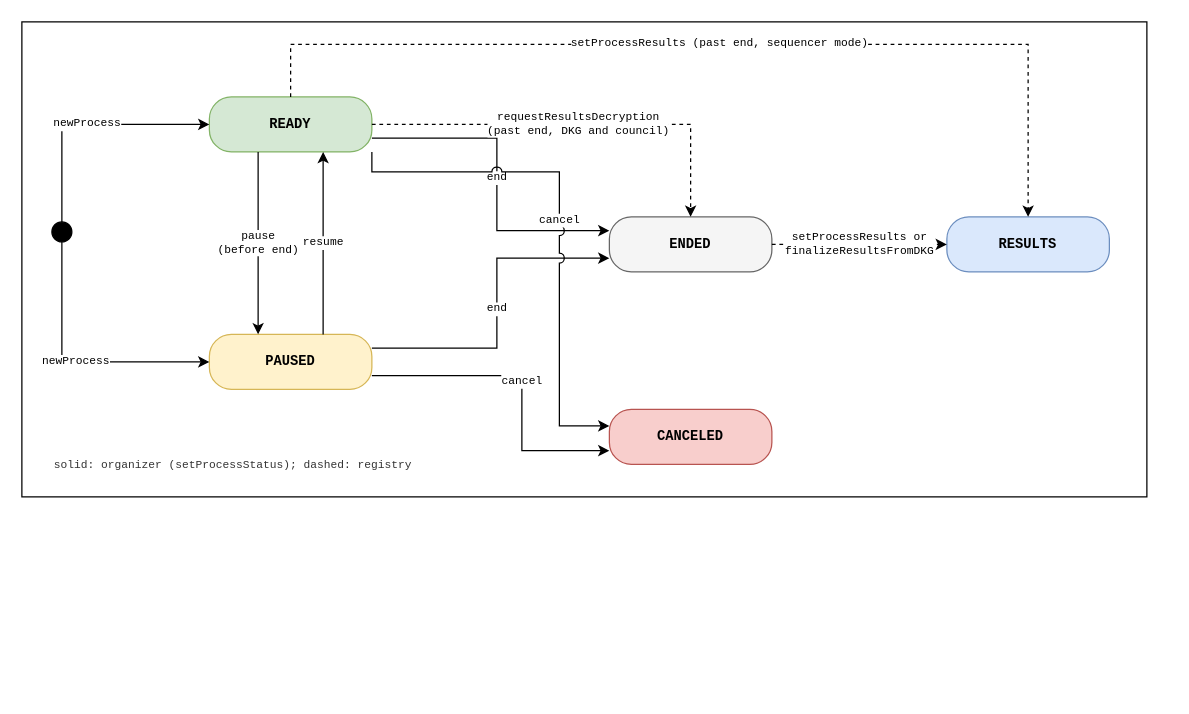
Earlier version of the draw.io diagram v2/figures/process-status.drawio (vocdoni/davinci-paper). Source tidied: cells renumbered, new cells numbered last; positions are measured from the earlier drawing's top-left corner, leaving out a move shared by most shapes. Both pictures are drawn from the tidied source at 125%, with x=0, y=0 at pixel (21, 21).
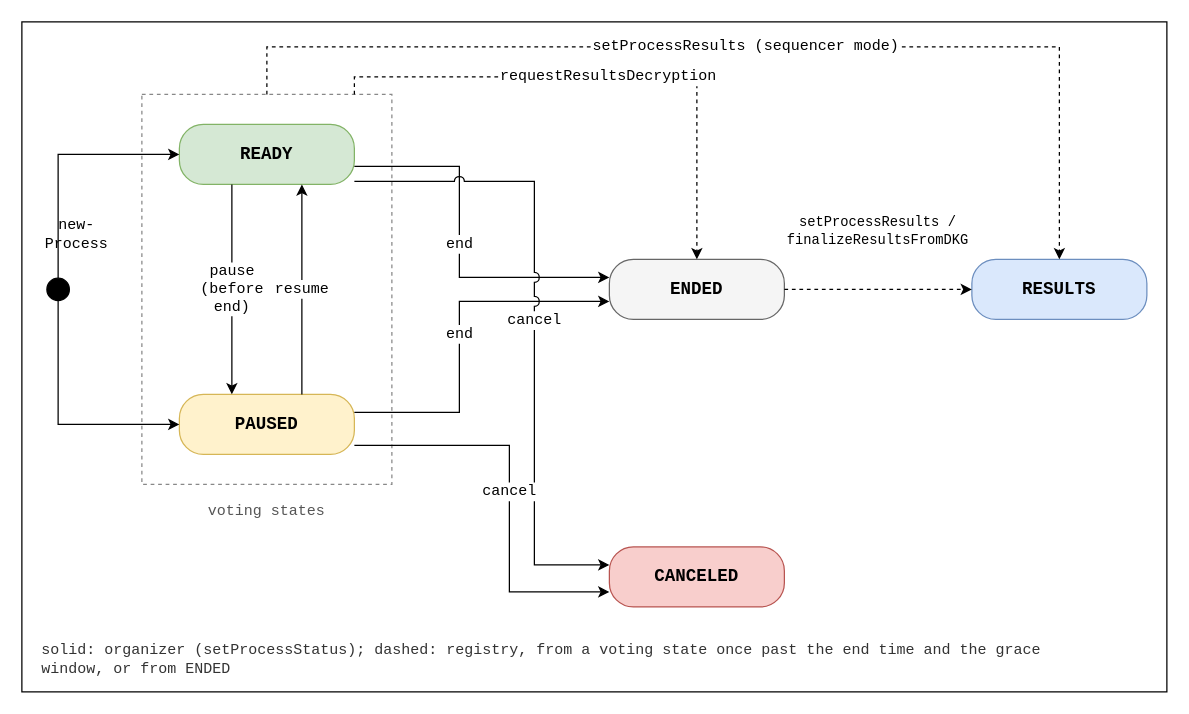
The same diagram, later.

The edit, as a diff of the source:
```diff
@@
+    <mxCell id="21" style="rounded=0;whiteSpace=wrap;html=1;fontSize=11;fillColor=none;strokeColor=#000000;fontFamily=Courier New;verticalAlign=top;align=center;spacingTop=4;spacingLeft=6;fontStyle=1;" parent="1" vertex="1">
+      <mxGeometry width="916" height="536" as="geometry" />
+    </mxCell>
-    <mxCell id="2" style="rounded=0;whiteSpace=wrap;html=1;fontSize=11;fillColor=none;strokeColor=#000000;fontFamily=Courier New;verticalAlign=top;align=center;spacingTop=4;spacingLeft=6;fontStyle=1;" parent="1" vertex="1">
-      <mxGeometry width="900" height="380" as="geometry" />
+    <mxCell id="2" style="rounded=0;whiteSpace=wrap;html=1;fontSize=11;fillColor=none;strokeColor=#000000;fontFamily=Courier New;align=center;verticalAlign=middle;dashed=1;strokeColor=#888888;" parent="1" vertex="1">
+      <mxGeometry x="96" y="58" width="200" height="312" as="geometry" />
     </mxCell>
-    <mxCell id="3" style="ellipse;fillColor=#000000;strokeColor=#000000;html=1;" parent="1" vertex="1">
-      <mxGeometry x="24" y="160" width="16" height="16" as="geometry" />
+    <mxCell id="3" value="voting states" style="text;html=1;whiteSpace=wrap;fontSize=12;fontFamily=Courier New;align=center;verticalAlign=middle;fontColor=#555555;" parent="1" vertex="1">
+      <mxGeometry x="96" y="372" width="200" height="40" as="geometry" />
     </mxCell>
-    <mxCell id="4" value="&lt;b&gt;READY&lt;/b&gt;" style="rounded=1;whiteSpace=wrap;html=1;fontSize=11;fillColor=#d5e8d4;strokeColor=#82b366;fontFamily=Courier New;align=center;verticalAlign=middle;arcSize=40;" parent="1" vertex="1">
-      <mxGeometry x="150" y="60" width="130" height="44" as="geometry" />
+    <mxCell id="4" style="ellipse;fillColor=#000000;strokeColor=#000000;html=1;" parent="1" vertex="1">
+      <mxGeometry x="20" y="205" width="18" height="18" as="geometry" />
     </mxCell>
-    <mxCell id="5" value="&lt;b&gt;PAUSED&lt;/b&gt;" style="rounded=1;whiteSpace=wrap;html=1;fontSize=11;fillColor=#fff2cc;strokeColor=#d6b656;fontFamily=Courier New;align=center;verticalAlign=middle;arcSize=40;" parent="1" vertex="1">
-      <mxGeometry x="150" y="250" width="130" height="44" as="geometry" />
+    <mxCell id="5" value="&lt;b&gt;READY&lt;/b&gt;" style="rounded=1;whiteSpace=wrap;html=1;fontSize=14;fillColor=#d5e8d4;strokeColor=#82b366;fontFamily=Courier New;align=center;verticalAlign=middle;arcSize=40;" parent="1" vertex="1">
+      <mxGeometry x="126" y="82" width="140" height="48" as="geometry" />
     </mxCell>
-    <mxCell id="6" value="&lt;b&gt;ENDED&lt;/b&gt;" style="rounded=1;whiteSpace=wrap;html=1;fontSize=11;fillColor=#f5f5f5;strokeColor=#666666;fontFamily=Courier New;align=center;verticalAlign=middle;arcSize=40;" parent="1" vertex="1">
-      <mxGeometry x="470" y="156" width="130" height="44" as="geometry" />
+    <mxCell id="6" value="&lt;b&gt;PAUSED&lt;/b&gt;" style="rounded=1;whiteSpace=wrap;html=1;fontSize=14;fillColor=#fff2cc;strokeColor=#d6b656;fontFamily=Courier New;align=center;verticalAlign=middle;arcSize=40;" parent="1" vertex="1">
+      <mxGeometry x="126" y="298" width="140" height="48" as="geometry" />
     </mxCell>
-    <mxCell id="7" value="&lt;b&gt;CANCELED&lt;/b&gt;" style="rounded=1;whiteSpace=wrap;html=1;fontSize=11;fillColor=#f8cecc;strokeColor=#b85450;fontFamily=Courier New;align=center;verticalAlign=middle;arcSize=40;" parent="1" vertex="1">
-      <mxGeometry x="470" y="310" width="130" height="44" as="geometry" />
+    <mxCell id="7" value="&lt;b&gt;ENDED&lt;/b&gt;" style="rounded=1;whiteSpace=wrap;html=1;fontSize=14;fillColor=#f5f5f5;strokeColor=#666666;fontFamily=Courier New;align=center;verticalAlign=middle;arcSize=40;" parent="1" vertex="1">
+      <mxGeometry x="470" y="190" width="140" height="48" as="geometry" />
     </mxCell>
-    <mxCell id="8" value="&lt;b&gt;RESULTS&lt;/b&gt;" style="rounded=1;whiteSpace=wrap;html=1;fontSize=11;fillColor=#dae8fc;strokeColor=#6c8ebf;fontFamily=Courier New;align=center;verticalAlign=middle;arcSize=40;" parent="1" vertex="1">
-      <mxGeometry x="740" y="156" width="130" height="44" as="geometry" />
+    <mxCell id="8" value="&lt;b&gt;CANCELED&lt;/b&gt;" style="rounded=1;whiteSpace=wrap;html=1;fontSize=14;fillColor=#f8cecc;strokeColor=#b85450;fontFamily=Courier New;align=center;verticalAlign=middle;arcSize=40;" parent="1" vertex="1">
+      <mxGeometry x="470" y="420" width="140" height="48" as="geometry" />
     </mxCell>
-    <mxCell id="9" value="newProcess" style="edgeStyle=orthogonalEdgeStyle;rounded=0;html=1;endArrow=classic;startArrow=none;endSize=6;startSize=6;fontSize=9;fontFamily=Courier New;strokeColor=#000000;strokeWidth=1;labelBackgroundColor=#ffffff;exitX=0.5;exitY=0;exitDx=0;exitDy=0;entryX=0;entryY=0.5;entryDx=0;entryDy=0;" parent="1" edge="1" source="3" target="4">
-      <mxGeometry relative="1" as="geometry">
-        <Array as="points">
-          <mxPoint x="32" y="82" />
-        </Array>
-      </mxGeometry>
+    <mxCell id="9" value="&lt;b&gt;RESULTS&lt;/b&gt;" style="rounded=1;whiteSpace=wrap;html=1;fontSize=14;fillColor=#dae8fc;strokeColor=#6c8ebf;fontFamily=Courier New;align=center;verticalAlign=middle;arcSize=40;" parent="1" vertex="1">
+      <mxGeometry x="760" y="190" width="140" height="48" as="geometry" />
     </mxCell>
-    <mxCell id="10" value="newProcess" style="edgeStyle=orthogonalEdgeStyle;rounded=0;html=1;endArrow=classic;startArrow=none;endSize=6;startSize=6;fontSize=9;fontFamily=Courier New;strokeColor=#000000;strokeWidth=1;labelBackgroundColor=#ffffff;exitX=0.5;exitY=1;exitDx=0;exitDy=0;entryX=0;entryY=0.5;entryDx=0;entryDy=0;" parent="1" edge="1" source="3" target="5">
+    <mxCell id="10" style="edgeStyle=orthogonalEdgeStyle;rounded=0;html=1;endArrow=classic;startArrow=none;endSize=6;startSize=6;fontSize=12;fontFamily=Courier New;strokeColor=#000000;strokeWidth=1;labelBackgroundColor=#ffffff;exitX=0.5;exitY=0;exitDx=0;exitDy=0;entryX=0;entryY=0.5;entryDx=0;entryDy=0;" parent="1" edge="1" source="4" target="5">
       <mxGeometry relative="1" as="geometry">
         <Array as="points">
-          <mxPoint x="32" y="272" />
+          <mxPoint x="29" y="106" />
         </Array>
       </mxGeometry>
     </mxCell>
-    <mxCell id="11" value="pause&lt;br&gt;(before end)" style="edgeStyle=orthogonalEdgeStyle;rounded=0;html=1;endArrow=classic;startArrow=none;endSize=6;startSize=6;fontSize=9;fontFamily=Courier New;strokeColor=#000000;strokeWidth=1;labelBackgroundColor=#ffffff;exitX=0.3;exitY=1;exitDx=0;exitDy=0;entryX=0.3;entryY=0;entryDx=0;entryDy=0;" parent="1" edge="1" source="4" target="5">
-      <mxGeometry relative="1" as="geometry" />
+    <mxCell id="11" style="edgeStyle=orthogonalEdgeStyle;rounded=0;html=1;endArrow=classic;startArrow=none;endSize=6;startSize=6;fontSize=12;fontFamily=Courier New;strokeColor=#000000;strokeWidth=1;labelBackgroundColor=#ffffff;exitX=0.5;exitY=1;exitDx=0;exitDy=0;entryX=0;entryY=0.5;entryDx=0;entryDy=0;" parent="1" edge="1" source="4" target="6">
+      <mxGeometry relative="1" as="geometry">
+        <Array as="points">
+          <mxPoint x="29" y="322" />
+        </Array>
+      </mxGeometry>
     </mxCell>
-    <mxCell id="12" value="resume" style="edgeStyle=orthogonalEdgeStyle;rounded=0;html=1;endArrow=classic;startArrow=none;endSize=6;startSize=6;fontSize=9;fontFamily=Courier New;strokeColor=#000000;strokeWidth=1;labelBackgroundColor=#ffffff;exitX=0.7;exitY=0;exitDx=0;exitDy=0;entryX=0.7;entryY=1;entryDx=0;entryDy=0;" parent="1" edge="1" source="5" target="4">
-      <mxGeometry relative="1" as="geometry" />
+    <mxCell id="12" value="new-&lt;br&gt;Process" style="text;html=1;whiteSpace=wrap;fontSize=12;fontFamily=Courier New;align=center;verticalAlign=middle;fontColor=#000000;" parent="1" vertex="1">
+      <mxGeometry x="4" y="150" width="80" height="40" as="geometry" />
     </mxCell>
-    <mxCell id="13" value="end" style="edgeStyle=orthogonalEdgeStyle;rounded=0;html=1;endArrow=classic;startArrow=none;endSize=6;startSize=6;fontSize=9;fontFamily=Courier New;strokeColor=#000000;strokeWidth=1;labelBackgroundColor=#ffffff;exitX=1;exitY=0.75;exitDx=0;exitDy=0;entryX=0;entryY=0.25;entryDx=0;entryDy=0;" parent="1" edge="1" source="4" target="6">
-      <mxGeometry relative="1" as="geometry">
-        <Array as="points">
-          <mxPoint x="380" y="93" />
-          <mxPoint x="380" y="167" />
-        </Array>
-      </mxGeometry>
+    <mxCell id="13" value="pause&lt;br&gt;(before&lt;br&gt;end)" style="edgeStyle=orthogonalEdgeStyle;rounded=0;html=1;endArrow=classic;startArrow=none;endSize=6;startSize=6;fontSize=12;fontFamily=Courier New;strokeColor=#000000;strokeWidth=1;labelBackgroundColor=#ffffff;exitX=0.3;exitY=1;exitDx=0;exitDy=0;entryX=0.3;entryY=0;entryDx=0;entryDy=0;" parent="1" edge="1" source="5" target="6">
+      <mxGeometry relative="1" as="geometry" />
     </mxCell>
-    <mxCell id="14" value="end" style="edgeStyle=orthogonalEdgeStyle;rounded=0;html=1;endArrow=classic;startArrow=none;endSize=6;startSize=6;fontSize=9;fontFamily=Courier New;strokeColor=#000000;strokeWidth=1;labelBackgroundColor=#ffffff;exitX=1;exitY=0.25;exitDx=0;exitDy=0;entryX=0;entryY=0.75;entryDx=0;entryDy=0;" parent="1" edge="1" source="5" target="6">
-      <mxGeometry relative="1" as="geometry">
-        <Array as="points">
-          <mxPoint x="380" y="261" />
-          <mxPoint x="380" y="189" />
-        </Array>
-      </mxGeometry>
+    <mxCell id="14" value="resume" style="edgeStyle=orthogonalEdgeStyle;rounded=0;html=1;endArrow=classic;startArrow=none;endSize=6;startSize=6;fontSize=12;fontFamily=Courier New;strokeColor=#000000;strokeWidth=1;labelBackgroundColor=#ffffff;exitX=0.7;exitY=0;exitDx=0;exitDy=0;entryX=0.7;entryY=1;entryDx=0;entryDy=0;" parent="1" edge="1" source="6" target="5">
+      <mxGeometry relative="1" as="geometry" />
     </mxCell>
-    <mxCell id="15" value="cancel" style="edgeStyle=orthogonalEdgeStyle;rounded=0;html=1;endArrow=classic;startArrow=none;endSize=6;startSize=6;fontSize=9;fontFamily=Courier New;strokeColor=#000000;strokeWidth=1;labelBackgroundColor=#ffffff;exitX=1;exitY=0.75;exitDx=0;exitDy=0;entryX=0;entryY=0.75;entryDx=0;entryDy=0;" parent="1" edge="1" source="5" target="7">
+    <mxCell id="15" value="end" style="edgeStyle=orthogonalEdgeStyle;rounded=0;html=1;endArrow=classic;startArrow=none;endSize=6;startSize=6;fontSize=12;fontFamily=Courier New;strokeColor=#000000;strokeWidth=1;labelBackgroundColor=#ffffff;exitX=1;exitY=0.7;exitDx=0;exitDy=0;entryX=0;entryY=0.3;entryDx=0;entryDy=0;jumpStyle=arc;jumpSize=8;" parent="1" edge="1" source="5" target="7">
       <mxGeometry relative="1" as="geometry">
         <Array as="points">
-          <mxPoint x="400" y="283" />
-          <mxPoint x="400" y="343" />
+          <mxPoint x="350" y="116" />
+          <mxPoint x="350" y="204" />
         </Array>
       </mxGeometry>
     </mxCell>
-    <mxCell id="16" value="cancel" style="edgeStyle=orthogonalEdgeStyle;rounded=0;html=1;endArrow=classic;startArrow=none;endSize=6;startSize=6;fontSize=9;fontFamily=Courier New;strokeColor=#000000;strokeWidth=1;labelBackgroundColor=#ffffff;exitX=1;exitY=1;exitDx=0;exitDy=0;entryX=0;entryY=0.3;entryDx=0;entryDy=0;jumpStyle=arc;jumpSize=8;" parent="1" edge="1" source="4" target="7">
+    <mxCell id="16" value="end" style="edgeStyle=orthogonalEdgeStyle;rounded=0;html=1;endArrow=classic;startArrow=none;endSize=6;startSize=6;fontSize=12;fontFamily=Courier New;strokeColor=#000000;strokeWidth=1;labelBackgroundColor=#ffffff;exitX=1;exitY=0.3;exitDx=0;exitDy=0;entryX=0;entryY=0.7;entryDx=0;entryDy=0;jumpStyle=arc;jumpSize=8;" parent="1" edge="1" source="6" target="7">
       <mxGeometry relative="1" as="geometry">
         <Array as="points">
-          <mxPoint x="280" y="120" />
-          <mxPoint x="430" y="120" />
-          <mxPoint x="430" y="323" />
+          <mxPoint x="350" y="312" />
+          <mxPoint x="350" y="224" />
         </Array>
       </mxGeometry>
     </mxCell>
-    <mxCell id="17" value="setProcessResults or&lt;br&gt;finalizeResultsFromDKG" style="edgeStyle=orthogonalEdgeStyle;rounded=0;html=1;endArrow=classic;startArrow=none;endSize=6;startSize=6;fontSize=9;fontFamily=Courier New;strokeColor=#000000;strokeWidth=1;dashed=1;labelBackgroundColor=#ffffff;" parent="1" edge="1" source="6" target="8">
-      <mxGeometry relative="1" as="geometry" />
+    <mxCell id="17" value="cancel" style="edgeStyle=orthogonalEdgeStyle;rounded=0;html=1;endArrow=classic;startArrow=none;endSize=6;startSize=6;fontSize=12;fontFamily=Courier New;strokeColor=#000000;strokeWidth=1;labelBackgroundColor=#ffffff;exitX=1;exitY=0.95;exitDx=0;exitDy=0;entryX=0;entryY=0.3;entryDx=0;entryDy=0;jumpStyle=arc;jumpSize=8;" parent="1" edge="1" source="5" target="8">
+      <mxGeometry relative="1" as="geometry">
+        <Array as="points">
+          <mxPoint x="410" y="128" />
+          <mxPoint x="410" y="434" />
+        </Array>
+      </mxGeometry>
     </mxCell>
-    <mxCell id="18" value="setProcessResults (past end, sequencer mode)" style="edgeStyle=orthogonalEdgeStyle;rounded=0;html=1;endArrow=classic;startArrow=none;endSize=6;startSize=6;fontSize=9;fontFamily=Courier New;strokeColor=#000000;strokeWidth=1;dashed=1;labelBackgroundColor=#ffffff;exitX=0.5;exitY=0;exitDx=0;exitDy=0;entryX=0.5;entryY=0;entryDx=0;entryDy=0;" parent="1" edge="1" source="4" target="8">
+    <mxCell id="18" value="cancel" style="edgeStyle=orthogonalEdgeStyle;rounded=0;html=1;endArrow=classic;startArrow=none;endSize=6;startSize=6;fontSize=12;fontFamily=Courier New;strokeColor=#000000;strokeWidth=1;labelBackgroundColor=#ffffff;exitX=1;exitY=0.85;exitDx=0;exitDy=0;entryX=0;entryY=0.75;entryDx=0;entryDy=0;jumpStyle=arc;jumpSize=8;" parent="1" edge="1" source="6" target="8">
       <mxGeometry relative="1" as="geometry">
         <Array as="points">
-          <mxPoint x="215" y="18" />
-          <mxPoint x="805" y="18" />
+          <mxPoint x="390" y="339" />
+          <mxPoint x="390" y="456" />
         </Array>
       </mxGeometry>
     </mxCell>
-    <mxCell id="19" value="requestResultsDecryption&lt;br&gt;(past end, DKG and council)" style="edgeStyle=orthogonalEdgeStyle;rounded=0;html=1;endArrow=classic;startArrow=none;endSize=6;startSize=6;fontSize=9;fontFamily=Courier New;strokeColor=#000000;strokeWidth=1;dashed=1;labelBackgroundColor=#ffffff;exitX=1;exitY=0.5;exitDx=0;exitDy=0;entryX=0.5;entryY=0;entryDx=0;entryDy=0;" parent="1" edge="1" source="4" target="6">
-      <mxGeometry relative="1" as="geometry">
-        <Array as="points">
-          <mxPoint x="535" y="82" />
-        </Array>
-      </mxGeometry>
+    <mxCell id="19" style="edgeStyle=orthogonalEdgeStyle;rounded=0;html=1;endArrow=classic;startArrow=none;endSize=6;startSize=6;fontSize=10;fontFamily=Courier New;strokeColor=#000000;strokeWidth=1;dashed=1;labelBackgroundColor=#ffffff;" parent="1" edge="1" source="7" target="9">
+      <mxGeometry relative="1" as="geometry" />
     </mxCell>
-    <mxCell id="20" value="solid: organizer (setProcessStatus); dashed: registry" style="text;html=1;whiteSpace=wrap;fontSize=9;fontFamily=Courier New;align=left;verticalAlign=middle;fontColor=#333333;" parent="1" vertex="1">
-      <mxGeometry x="24" y="340" width="420" height="30" as="geometry" />
+    <mxCell id="20" value="setProcessResults /&lt;br&gt;finalizeResultsFromDKG" style="text;html=1;whiteSpace=wrap;fontSize=11;fontFamily=Courier New;align=center;verticalAlign=middle;fontColor=#000000;" parent="1" vertex="1">
+      <mxGeometry x="600" y="150" width="170" height="36" as="geometry" />
     </mxCell>
+    <mxCell id="22" value="setProcessResults (sequencer mode)" style="edgeStyle=orthogonalEdgeStyle;rounded=0;html=1;endArrow=classic;startArrow=none;endSize=6;startSize=6;fontSize=12;fontFamily=Courier New;strokeColor=#000000;strokeWidth=1;dashed=1;labelBackgroundColor=#ffffff;exitX=0.5;exitY=0;exitDx=0;exitDy=0;entryX=0.5;entryY=0;entryDx=0;entryDy=0;" parent="1" edge="1" source="2" target="9">
+      <mxGeometry relative="1" as="geometry">
+        <Array as="points">
+          <mxPoint x="196" y="20" />
+          <mxPoint x="830" y="20" />
+        </Array>
+      </mxGeometry>
+    </mxCell>
+    <mxCell id="23" value="requestResultsDecryption" style="edgeStyle=orthogonalEdgeStyle;rounded=0;html=1;endArrow=classic;startArrow=none;endSize=6;startSize=6;fontSize=12;fontFamily=Courier New;strokeColor=#000000;strokeWidth=1;dashed=1;labelBackgroundColor=#ffffff;exitX=0.85;exitY=0;exitDx=0;exitDy=0;entryX=0.5;entryY=0;entryDx=0;entryDy=0;" parent="1" edge="1" source="2" target="7">
+      <mxGeometry relative="1" as="geometry">
+        <Array as="points">
+          <mxPoint x="266" y="44" />
+          <mxPoint x="540" y="44" />
+        </Array>
+      </mxGeometry>
+    </mxCell>
+    <mxCell id="24" value="solid: organizer (setProcessStatus); dashed: registry, from a voting state once past the end time and the grace window, or from ENDED" style="text;html=1;whiteSpace=wrap;fontSize=12;fontFamily=Courier New;align=left;verticalAlign=middle;fontColor=#333333;" parent="1" vertex="1">
+      <mxGeometry x="14" y="490" width="840" height="40" as="geometry" />
+    </mxCell>
```
